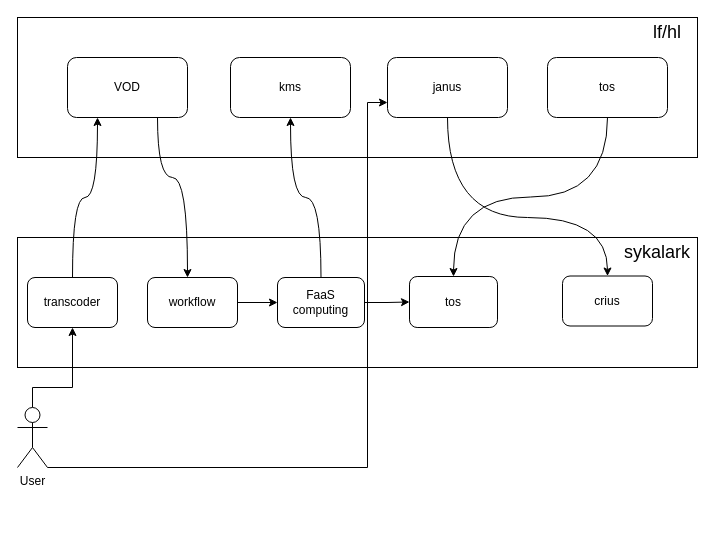
Above: sykalark.drawio in carlonelong/pics (draw.io), before the change. Source tidied: cells renumbered, new cells numbered last; positions are measured from the earlier drawing's top-left corner, leaving out a move shared by most shapes. Both pictures are drawn from the tidied source at 100%, with x=0, y=0 at pixel (17, 17).
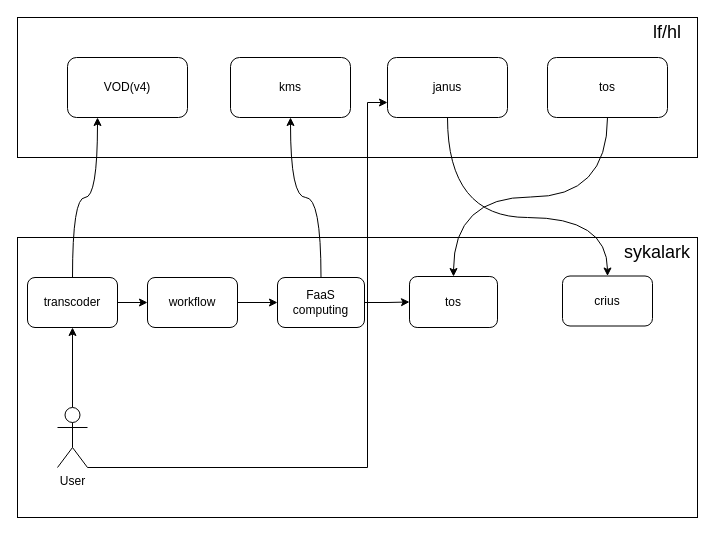
The same page after the edit.

Unchanged cells that the change refers to:
```xml
<mxCell id="12" value="workflow" style="rounded=1;whiteSpace=wrap;html=1;" parent="1" vertex="1">
  <mxGeometry x="130" y="260" width="90" height="50" as="geometry" />
</mxCell>
<mxCell id="24" value="transcoder" style="rounded=1;whiteSpace=wrap;html=1;" parent="1" vertex="1">
  <mxGeometry x="10" y="260" width="90" height="50" as="geometry" />
</mxCell>
```

Diff of the diagram source:
```diff
@@
     <mxCell id="3" style="rounded=0;whiteSpace=wrap;html=1;" parent="1" vertex="1">
-      <mxGeometry y="220" width="680" height="130" as="geometry" />
+      <mxGeometry y="220" width="680" height="280" as="geometry" />
     </mxCell>
-    <mxCell id="4" style="edgeStyle=orthogonalEdgeStyle;rounded=0;jettySize=auto;html=1;exitX=0.75;exitY=1;exitDx=0;exitDy=0;entryX=0.25;entryY=0.308;entryDx=0;entryDy=0;entryPerimeter=0;curved=1;" parent="1" edge="1" source="5" target="3">
-      <mxGeometry relative="1" as="geometry" />
-    </mxCell>
-    <mxCell id="5" value="VOD" style="rounded=1;whiteSpace=wrap;html=1;" parent="1" vertex="1">
+    <mxCell id="5" value="VOD(v4)" style="rounded=1;whiteSpace=wrap;html=1;" parent="1" vertex="1">
       <mxGeometry x="50" y="40" width="120" height="60" as="geometry" />
     </mxCell>
@@
     <mxCell id="19" style="edgeStyle=orthogonalEdgeStyle;rounded=0;jettySize=auto;html=1;exitX=0.5;exitY=0;exitDx=0;exitDy=0;exitPerimeter=0;entryX=0.5;entryY=1;entryDx=0;entryDy=0;" parent="1" edge="1" source="20" target="24">
-      <mxGeometry relative="1" as="geometry">
-        <Array as="points">
-          <mxPoint x="15" y="370" />
-          <mxPoint x="55" y="370" />
-        </Array>
-      </mxGeometry>
+      <mxGeometry relative="1" as="geometry" />
     </mxCell>
     <mxCell id="20" value="User" style="shape=umlActor;verticalLabelPosition=bottom;labelBackgroundColor=#ffffff;verticalAlign=top;html=1;outlineConnect=0;" parent="1" vertex="1">
-      <mxGeometry y="390" width="30" height="60" as="geometry" />
+      <mxGeometry x="40" y="390" width="30" height="60" as="geometry" />
     </mxCell>
@@
+    <mxCell id="25" style="edgeStyle=orthogonalEdgeStyle;rounded=0;jettySize=auto;html=1;exitX=1;exitY=0.5;exitDx=0;exitDy=0;entryX=0;entryY=0.5;entryDx=0;entryDy=0;" parent="1" edge="1" source="24" target="12">
+      <mxGeometry relative="1" as="geometry" />
+    </mxCell>
```
